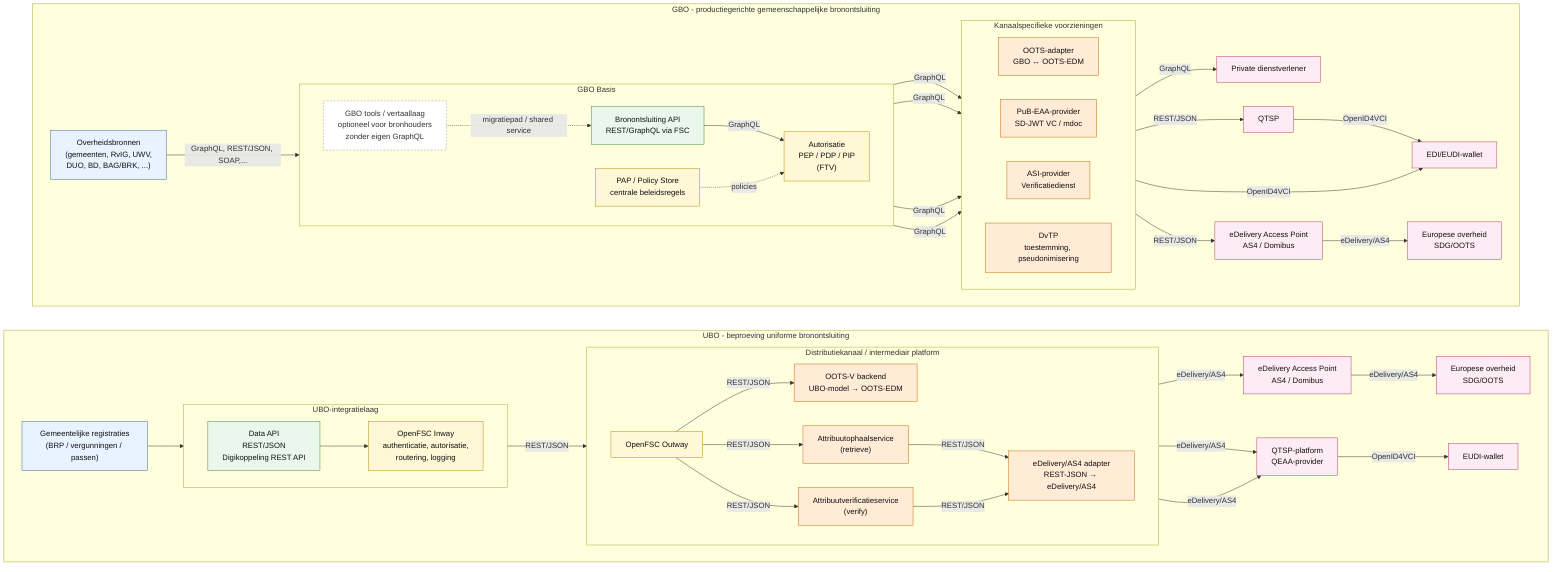
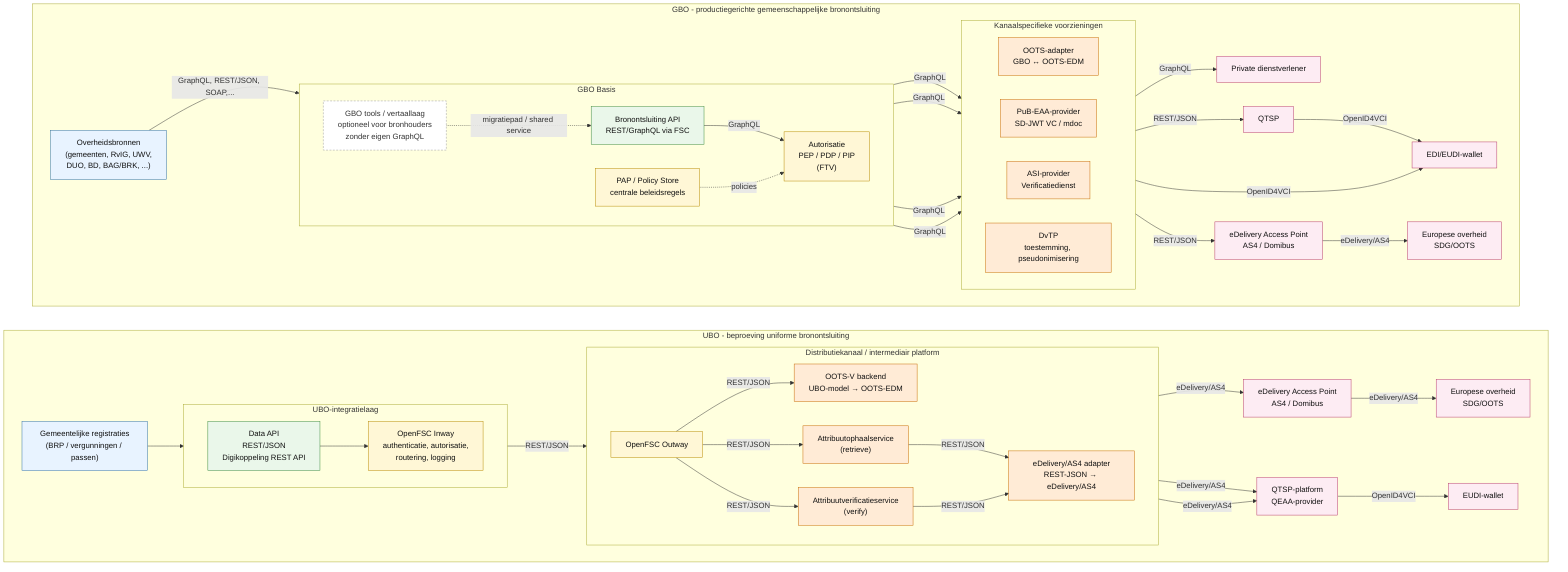
flowchart LR
    %% Vergelijking UBO en GBO

    classDef bron fill:#E8F3FF,stroke:#2F6FA3,stroke-width:1px,color:#111
    classDef api fill:#EAF7EA,stroke:#3B8A3E,stroke-width:1px,color:#111
    classDef auth fill:#FFF7D6,stroke:#B88A00,stroke-width:1px,color:#111
    classDef adapter fill:#FFEBD6,stroke:#C76A00,stroke-width:1px,color:#111
    classDef afnemer fill:#FDECF3,stroke:#B83A6B,stroke-width:1px,color:#111
    classDef optional fill:#FFFFFF,stroke:#999,stroke-dasharray:4 3,color:#333

    subgraph UBO["UBO - beproeving uniforme bronontsluiting"]
        direction LR

        U_BRON["Gemeentelijke registraties<br/>(BRP / vergunningen / passen)"]:::bron

        subgraph U_INT["UBO-integratielaag"]
            direction LR
            U_DATA["Data API<br/>REST/JSON<br/>Digikoppeling REST API"]:::api
            U_INWAY["OpenFSC Inway<br/>authenticatie, autorisatie,<br/>routering, logging"]:::auth
        end

        subgraph U_DIST["Distributiekanaal / intermediair platform"]
            direction LR
            U_OUTWAY["OpenFSC Outway"]:::auth
            U_RETRIEVE["Attribuutophaalservice<br/>(retrieve)"]:::adapter
            U_VERIF["Attribuutverificatieservice<br/>(verify)"]:::adapter
            U_AS4["eDelivery/AS4 adapter<br/>REST-JSON → eDelivery/AS4"]:::adapter
            U_OOTSV["OOTS-V backend<br/>UBO-model → OOTS-EDM"]:::adapter
        end

        U_QTSP["QTSP-platform<br/>QEAA-provider"]:::afnemer
        U_WALLET["EUDI-wallet"]:::afnemer
        U_EDLV["eDelivery Access Point<br/>AS4 / Domibus"]:::afnemer
        U_OOTS["Europese overheid<br/>SDG/OOTS"]:::afnemer

        U_BRON --> U_DATA --> U_INWAY
        U_INWAY -->|"REST/JSON"| U_OUTWAY

        U_OUTWAY --> |"REST/JSON"| U_OOTSV -->|"eDelivery/AS4"| U_EDLV -->|"eDelivery/AS4"| U_OOTS
+         U_AS4 ~~~ U_EDLV
        U_OUTWAY --> |"REST/JSON"| U_RETRIEVE -->|"REST/JSON"| U_AS4 -->|"eDelivery/AS4"| U_QTSP
        U_OUTWAY --> |"REST/JSON"| U_VERIF -->|"REST/JSON"| U_AS4 -->|"eDelivery/AS4"| U_QTSP
        U_QTSP -->|"OpenID4VCI"| U_WALLET
    end

    subgraph GBO["GBO - productiegerichte gemeenschappelijke bronontsluiting"]
        direction LR

        G_BRON["Overheidsbronnen<br/>(gemeenten, RvIG, UWV,<br/>DUO, BD, BAG/BRK, ...)"]:::bron

        subgraph G_BASIS["GBO Basis"]
            direction LR
            G_TRANS["GBO tools / vertaallaag<br/>optioneel voor bronhouders<br/>zonder eigen GraphQL"]:::optional
            G_API["Bronontsluiting API<br/>REST/GraphQL via FSC"]:::api
            G_AUTH["Autorisatie<br/>PEP / PDP / PIP<br/>(FTV)"]:::auth
            G_PAP["PAP / Policy Store<br/>centrale beleidsregels"]:::auth
        end

        subgraph G_WP["Kanaalspecifieke voorzieningen"]
            direction LR
            G_OOTS_AD["OOTS-adapter<br/>GBO ↔ OOTS-EDM"]:::adapter
            G_PUBEAA["PuB-EAA-provider<br/>SD-JWT VC / mdoc"]:::adapter
            G_ASI["ASI-provider<br/>Verificatiedienst"]:::adapter
            G_DVTP["DvTP<br/>toestemming, pseudonimisering"]:::adapter
        end

        G_WALLET["EDI/EUDI-wallet"]:::afnemer
        G_QTSP["QTSP"]:::afnemer
        G_OOTS_BI["eDelivery Access Point<br/>AS4 / Domibus"]:::afnemer
        G_OOTS["Europese overheid<br/>SDG/OOTS"]:::afnemer
        G_PRIV["Private dienstverlener"]:::afnemer

        G_BRON -->|"GraphQL, REST/JSON, SOAP,..."| G_API
+         G_BRON ~~~ G_TRANS
        G_TRANS -. "migratiepad / shared service" .-> G_API
        G_API -->|"GraphQL"| G_AUTH
        G_PAP -. "policies" .-> G_AUTH

        G_AUTH -->|"GraphQL"| G_DVTP -->|"GraphQL"| G_PRIV
        G_AUTH -->|"GraphQL"| G_ASI -->|"REST/JSON"| G_QTSP -->|"OpenID4VCI"| G_WALLET
        G_AUTH -->|"GraphQL"| G_PUBEAA -->|"OpenID4VCI"| G_WALLET
        G_AUTH -->|"GraphQL"| G_OOTS_AD -->|"REST/JSON"| G_OOTS_BI -->|"eDelivery/AS4"| G_OOTS
    end
